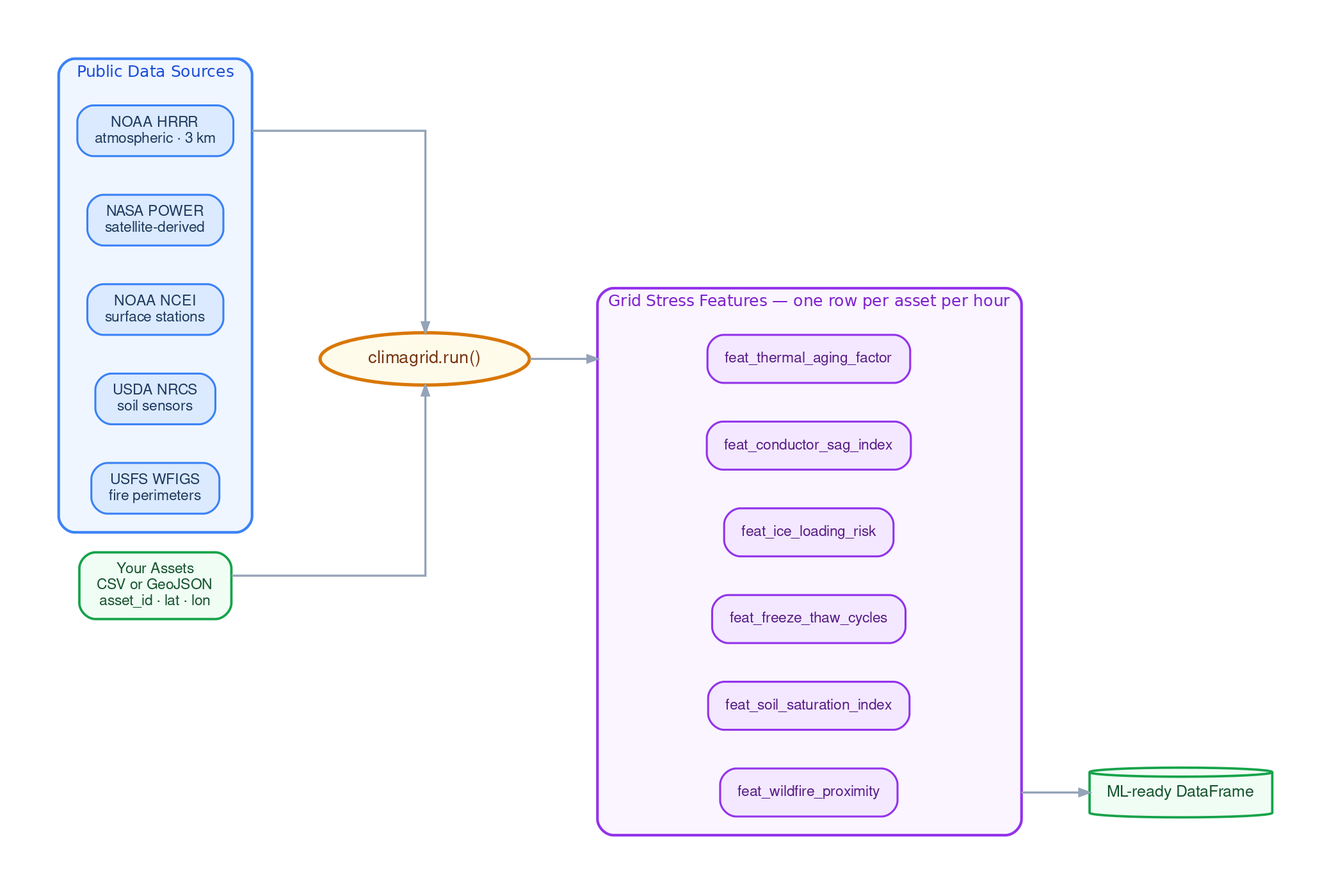
TemidireAdesiji/climagrid keeps this Graphviz diagram as docs/assets/pipeline.png. Above is the earlier version. Its source is kept beside it as docs/assets/pipeline.dot.
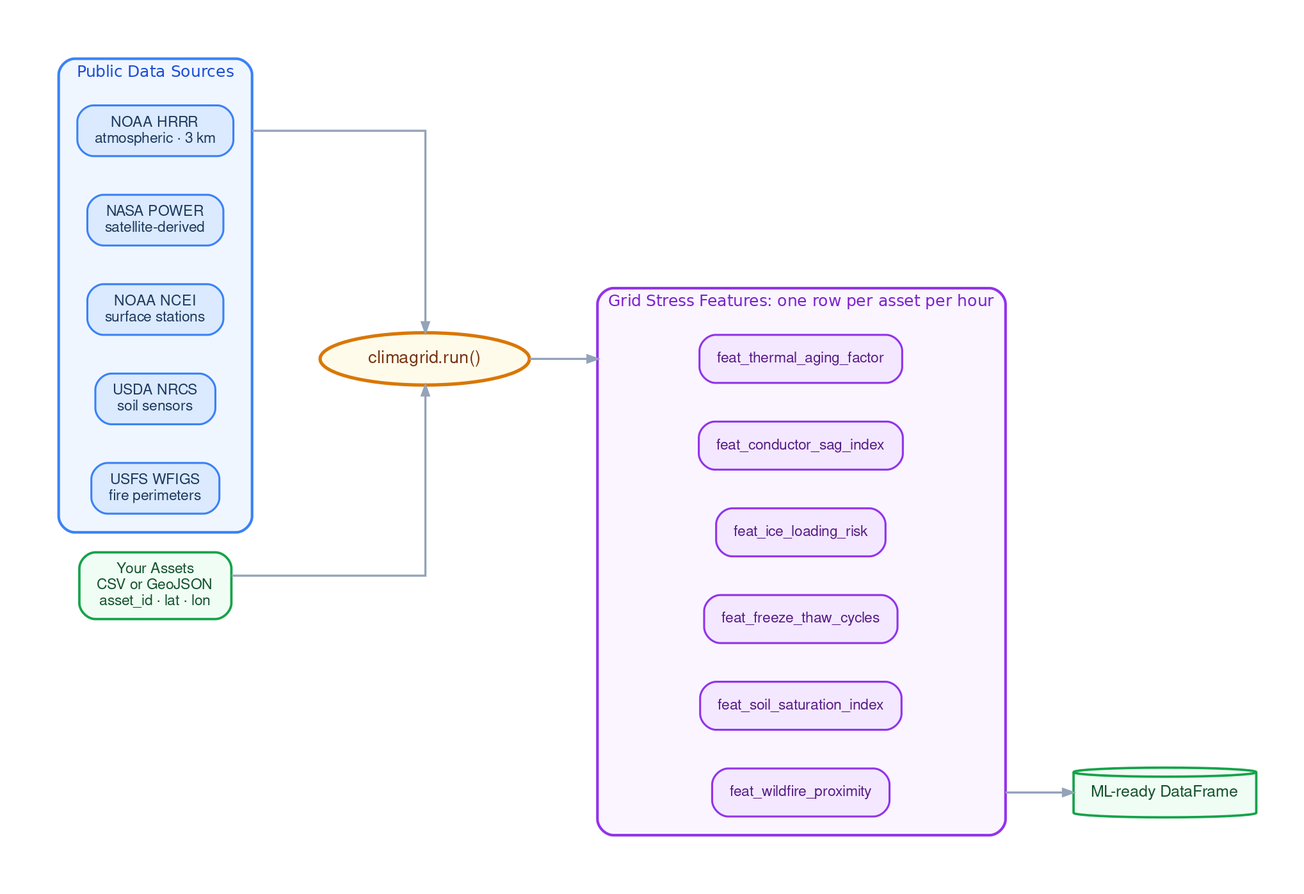
After the change.

What changed in the source:
```diff
@@ -40,7 +40,7 @@
          fillcolor="#FFFBEB" color="#D97706" fontcolor="#78350F"];
 
     subgraph cluster_features {
-        label="Grid Stress Features — one row per asset per hour";
+        label="Grid Stress Features: one row per asset per hour";
         labeljust=c;
         style="filled,rounded";
         fillcolor="#FAF5FF";
```
